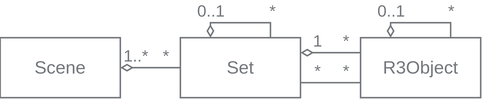
Above: wiki/MetaSceneGraph.svg in YoanWithY/kayo (draw.io), before the change. Source tidied: cells renumbered, new cells last; positions are measured from the earlier drawing's top-left corner, leaving out a move shared by most shapes.
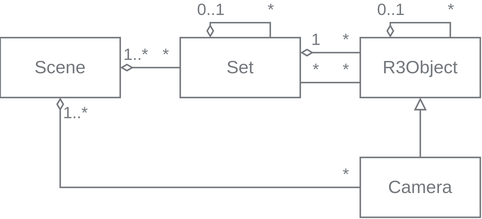
The same diagram one commit later.

The edit, as a diff of the source:
```diff
@@ -89,5 +89,28 @@
         <mxPoint x="-3" y="1" as="offset" />
       </mxGeometry>
     </mxCell>
+    <mxCell id="20" style="edgeStyle=orthogonalEdgeStyle;html=1;exitX=0.5;exitY=0;exitDx=0;exitDy=0;strokeColor=#74787d;endArrow=block;endFill=0;rounded=0;" parent="1" edge="1" source="21" target="6">
+      <mxGeometry relative="1" as="geometry" />
+    </mxCell>
+    <mxCell id="21" value="Camera" style="whiteSpace=wrap;html=1;align=center;fillColor=none;fontColor=#74787D;strokeColor=#74787D;labelBackgroundColor=none;" parent="1" vertex="1">
+      <mxGeometry x="240" y="90" width="80" height="40" as="geometry" />
+    </mxCell>
+    <mxCell id="22" style="edgeStyle=orthogonalEdgeStyle;fontSize=12;html=1;endArrow=none;startArrow=diamondThin;rounded=0;startFill=0;fontColor=#74787D;strokeColor=#74787D;endFill=0;" parent="1" edge="1" source="2" target="21">
+      <mxGeometry relative="1" as="geometry">
+        <Array as="points">
+          <mxPoint x="40" y="110" />
+        </Array>
+      </mxGeometry>
+    </mxCell>
+    <mxCell id="23" value="1..*" style="edgeLabel;html=1;align=left;verticalAlign=middle;fontColor=#74787D;labelBackgroundColor=none;" parent="22" vertex="1">
+      <mxGeometry x="-0.65" relative="1" as="geometry">
+        <mxPoint y="-35" as="offset" />
+      </mxGeometry>
+    </mxCell>
+    <mxCell id="24" value="*" style="edgeLabel;align=center;verticalAlign=bottom;fontSize=11;fontFamily=Helvetica;fontColor=#74787d;labelBackgroundColor=none;labelBorderColor=none;html=1;" parent="22" vertex="1">
+      <mxGeometry x="0.92" y="1" relative="1" as="geometry">
+        <mxPoint y="1" as="offset" />
+      </mxGeometry>
+    </mxCell>
   </root>
 </mxGraphModel>
```
